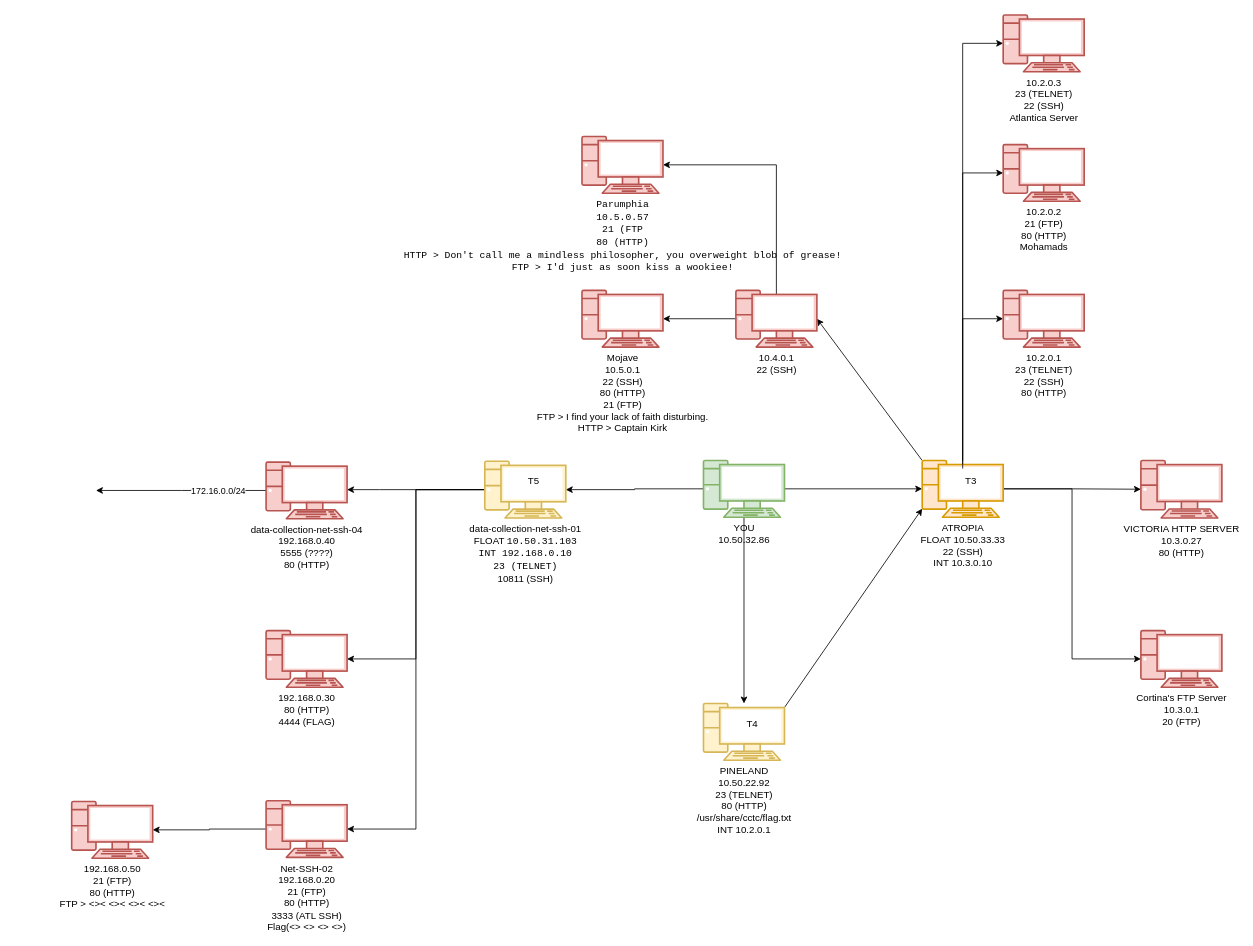
Earlier version of the draw.io diagram Untitled Diagram.drawio (Yolkygolem/Code-Wars). Source tidied: cells renumbered, new cells numbered last; positions are measured from the earlier drawing's top-left corner, leaving out a move shared by most shapes. Both pictures are drawn from the tidied source at 81%, with x=0, y=0 at pixel (71, 15).
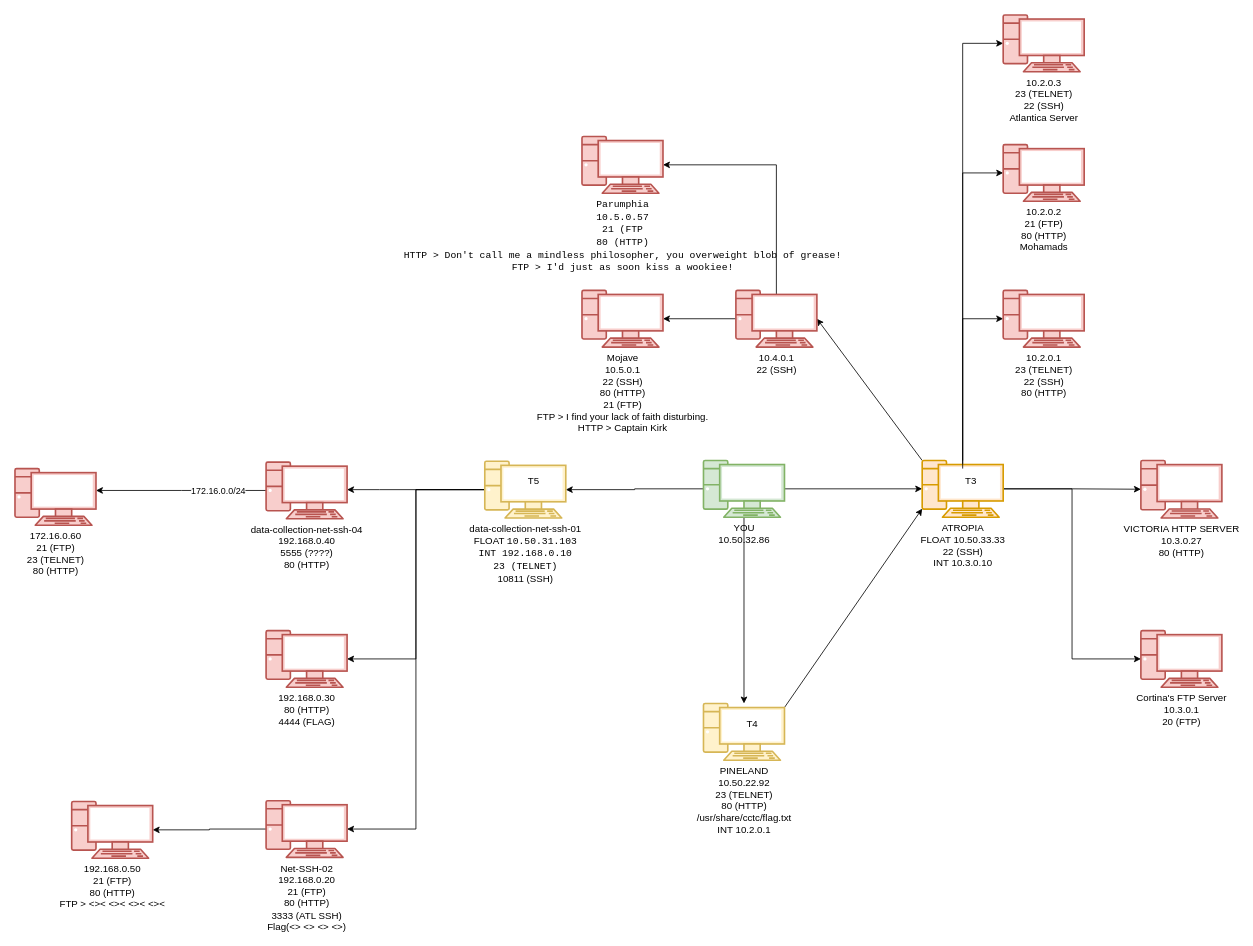
After the change.

What changed in the source:
```diff
@@
+    <mxCell id="39" value="&lt;div&gt;172.16.0.60&lt;/div&gt;&lt;div&gt;21 (FTP)&lt;/div&gt;&lt;div&gt;23 (TELNET)&lt;/div&gt;&lt;div&gt;80 (HTTP)&lt;/div&gt;&lt;div&gt;&lt;br&gt;&lt;/div&gt;" style="verticalAlign=top;verticalLabelPosition=bottom;labelPosition=center;align=center;html=1;fillColor=#f8cecc;strokeColor=#b85450;gradientDirection=north;strokeWidth=2;shape=mxgraph.networks.pc;" parent="1" vertex="1">
+      <mxGeometry x="-70" y="560" width="100" height="70" as="geometry" />
+    </mxCell>
```
